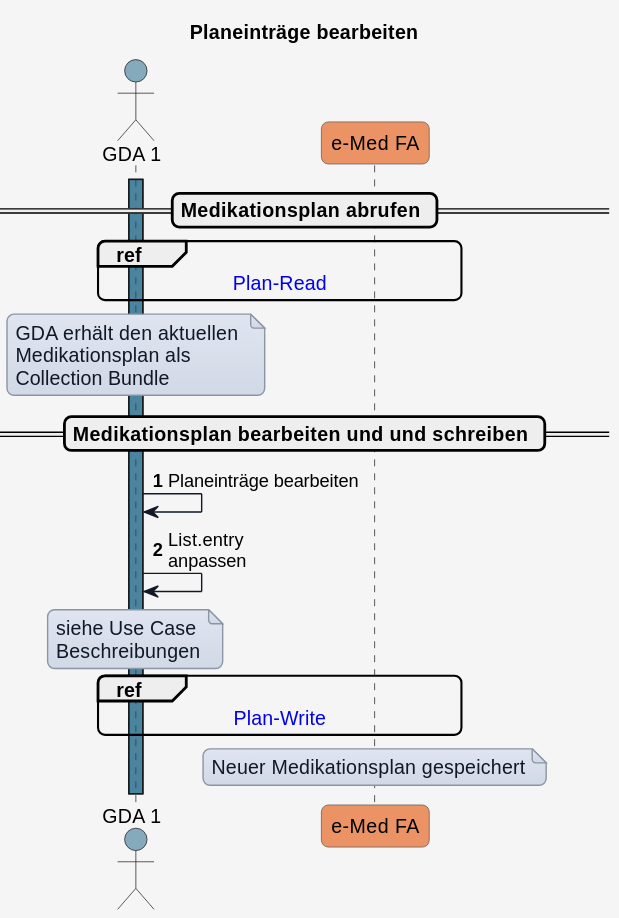
Above: input/images/plantuml/UC_eMed_02_02.svg in HL7Austria/ELGA-e-Medikation-R4 (PlantUML), before the change.
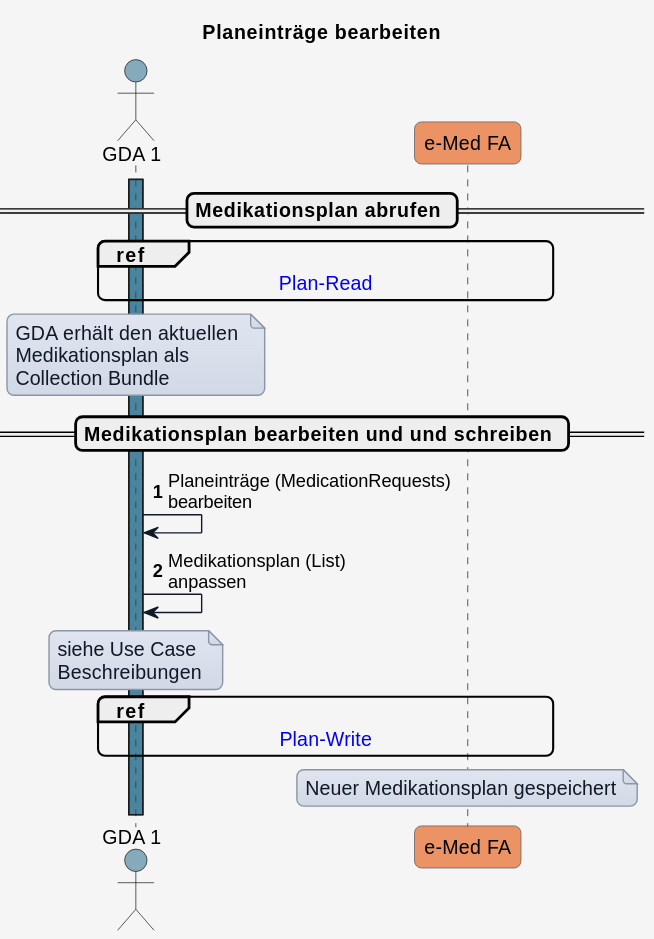
The same diagram one commit later.

Commit message:
Fix Medikationsplan (List) anpassen

Diff of the diagram source:
```diff
@@ -69,8 +69,8 @@
 
 == Medikationsplan bearbeiten und und schreiben ==
 
-GDA_1 -> GDA_1: Planeinträge bearbeiten
-GDA_1 -> GDA_1: List.entry\nanpassen
+GDA_1 -> GDA_1: Planeinträge (MedicationRequests)\nbearbeiten
+GDA_1 -> GDA_1: Medikationsplan (List)\nanpassen
 
 note over GDA_1
 siehe Use Case
```
